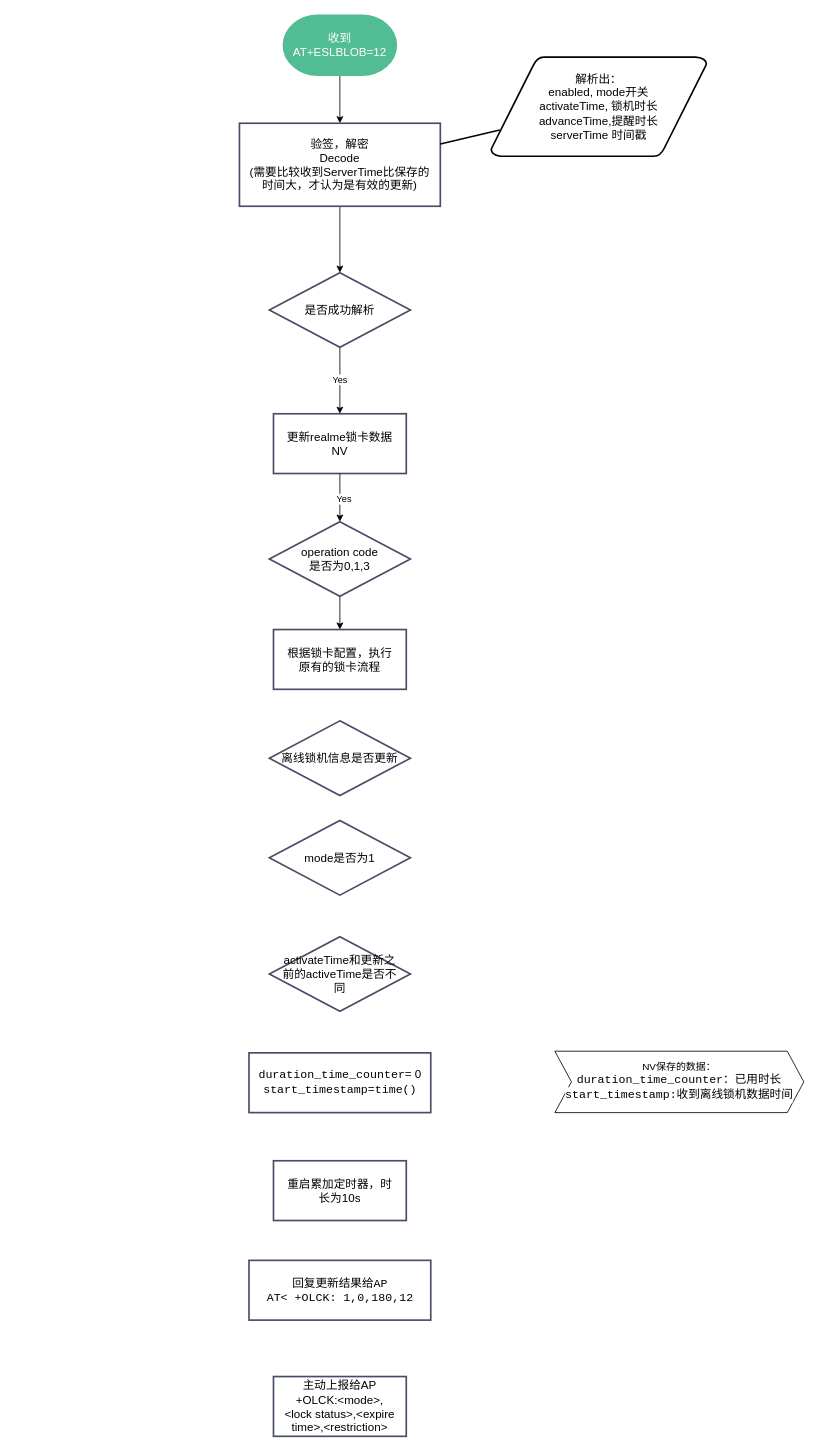
Above: offlinelock.drawio in yangzetuoyuan/yangzetuoyuan.github.io (draw.io), before the change. Source tidied: cells renumbered, new cells numbered last; positions are measured from the earlier drawing's top-left corner, leaving out a move shared by most shapes. Both pictures are drawn from the tidied source at 83%, with x=0, y=0 at pixel (239, 15).
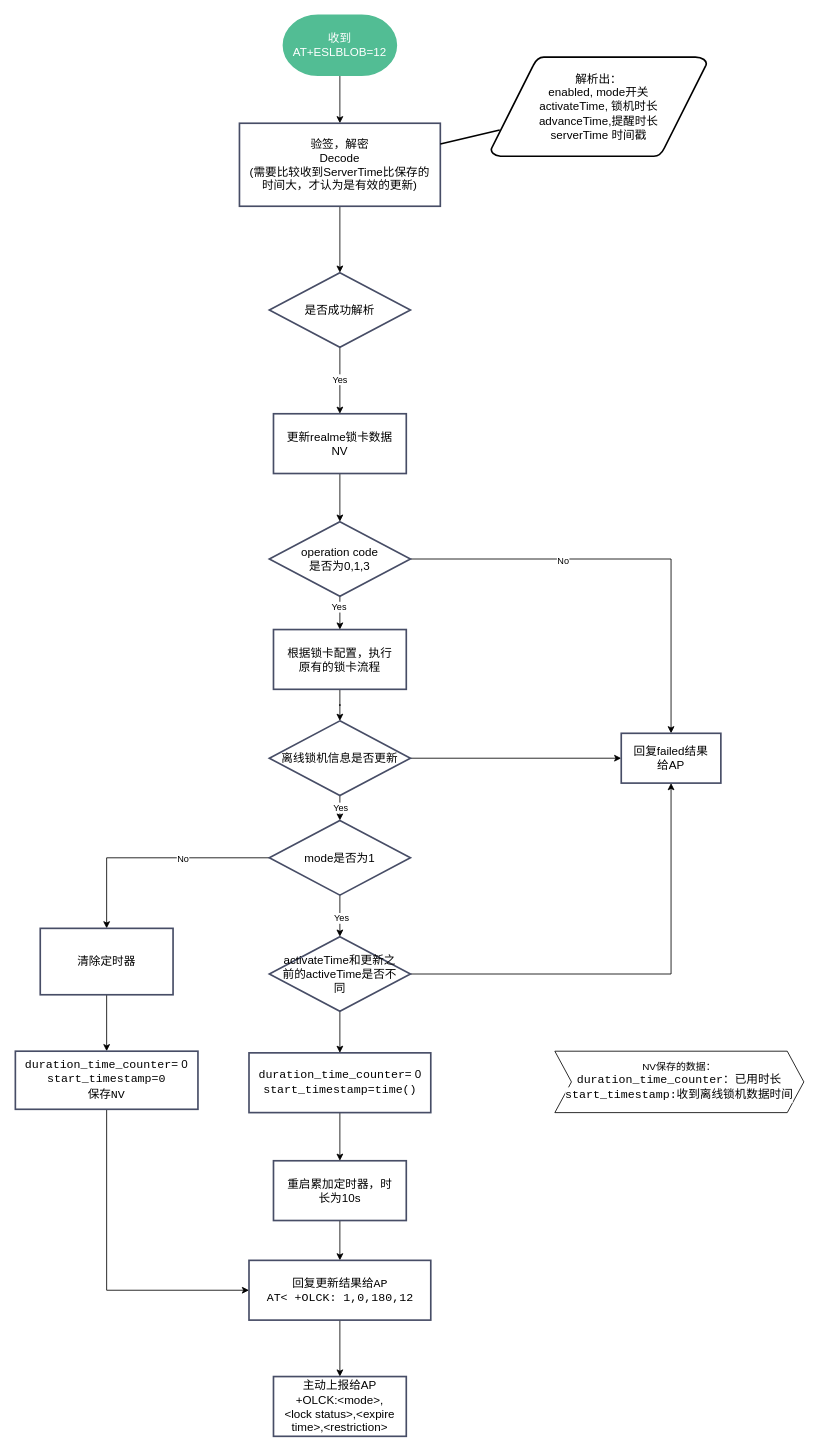
Above is the later version.

The change refers to these unchanged cells:
```xml
<mxCell id="11" style="edgeStyle=orthogonalEdgeStyle;rounded=0;jettySize=auto;html=1;" parent="1" edge="1" source="13" target="15">
  <mxGeometry relative="1" as="geometry" />
</mxCell>
<mxCell id="14" style="edgeStyle=orthogonalEdgeStyle;rounded=0;jettySize=auto;html=1;exitX=0.5;exitY=1;exitDx=0;exitDy=0;entryX=0.5;entryY=0;entryDx=0;entryDy=0;" parent="1" edge="1" source="15" target="19">
  <mxGeometry relative="1" as="geometry" />
</mxCell>
<mxCell id="15" value="operation code&lt;br&gt;是否为0,1,3" style="fontSize=14;spacingLeft=10;spacingRight=10;zwfType=basicShape;strokeWidth=2;rhombus;whiteSpace=wrap;html=1;strokeColor=#474D66;" parent="1" vertex="1">
  <mxGeometry x="36" y="610" width="170" height="90" as="geometry" />
</mxCell>
<mxCell id="16" value="离线锁机信息是否更新" style="fontSize=14;spacingLeft=10;spacingRight=10;zwfType=basicShape;strokeWidth=2;rhombus;whiteSpace=wrap;html=1;strokeColor=#474D66;" parent="1" vertex="1">
  <mxGeometry x="36" y="850" width="170" height="90" as="geometry" />
</mxCell>
<mxCell id="17" value="重启累加定时器，时长为10s" style="fontSize=14;spacingLeft=10;spacingRight=10;zwfType=basicShape;rounded=0;strokeWidth=2;strokeColor=#474D66;whiteSpace=wrap;html=1;" parent="1" vertex="1">
  <mxGeometry x="41" y="1380" width="160" height="72" as="geometry" />
</mxCell>
<mxCell id="18" value="&lt;span style=&quot;background-color: rgb(255, 255, 255); font-family: Consolas, &amp;quot;Courier New&amp;quot;, monospace; white-space: pre;&quot;&gt;duration_time_counter&lt;/span&gt;= 0&lt;div&gt;&lt;div style=&quot;background-color: rgb(255, 255, 255); font-family: Consolas, &amp;quot;Courier New&amp;quot;, monospace; line-height: 19px; white-space: pre;&quot;&gt;start_timestamp=time()&lt;/div&gt;&lt;/div&gt;" style="fontSize=14;spacingLeft=10;spacingRight=10;zwfType=basicShape;rounded=0;strokeWidth=2;strokeColor=#474D66;whiteSpace=wrap;html=1;" parent="1" vertex="1">
  <mxGeometry x="11.5" y="1250" width="219" height="72" as="geometry" />
</mxCell>
<mxCell id="19" value="根据锁卡配置，执行原有的锁卡流程" style="fontSize=14;spacingLeft=10;spacingRight=10;zwfType=basicShape;rounded=0;strokeWidth=2;strokeColor=#474D66;whiteSpace=wrap;html=1;" parent="1" vertex="1">
  <mxGeometry x="41" y="740" width="160" height="72" as="geometry" />
</mxCell>
<mxCell id="20" value="mode是否为1" style="fontSize=14;spacingLeft=10;spacingRight=10;zwfType=basicShape;strokeWidth=2;rhombus;whiteSpace=wrap;html=1;strokeColor=#474D66;" parent="1" vertex="1">
  <mxGeometry x="36" y="970" width="170" height="90" as="geometry" />
</mxCell>
<mxCell id="21" value="activateTime和更新之前的activeTime是否不同" style="fontSize=14;spacingLeft=10;spacingRight=10;zwfType=basicShape;strokeWidth=2;rhombus;whiteSpace=wrap;html=1;strokeColor=#474D66;" parent="1" vertex="1">
  <mxGeometry x="36" y="1110" width="170" height="90" as="geometry" />
</mxCell>
<mxCell id="22" value="&lt;font face=&quot;Consolas, Courier New, monospace&quot;&gt;&lt;span style=&quot;white-space: pre; background-color: rgb(255, 255, 255);&quot;&gt;回复更新结果给AP&lt;/span&gt;&lt;/font&gt;&lt;div&gt;&lt;font face=&quot;Consolas, Courier New, monospace&quot;&gt;&lt;span style=&quot;background-color: rgb(255, 255, 255);&quot;&gt;&lt;span style=&quot;white-space: pre;&quot;&gt;AT&amp;lt; +OLCK: 1,0,180,12&lt;/span&gt;&lt;br&gt;&lt;/span&gt;&lt;/font&gt;&lt;/div&gt;" style="fontSize=14;spacingLeft=10;spacingRight=10;zwfType=basicShape;rounded=0;strokeWidth=2;strokeColor=#474D66;whiteSpace=wrap;html=1;" parent="1" vertex="1">
  <mxGeometry x="11.5" y="1500" width="219" height="72" as="geometry" />
</mxCell>
<mxCell id="23" value="主动上报给AP&lt;div&gt;+OLCK:&amp;lt;mode&amp;gt;,&amp;lt;lock status&amp;gt;,&amp;lt;expire time&amp;gt;,&amp;lt;restriction&amp;gt;&lt;br&gt;&lt;/div&gt;" style="fontSize=14;spacingLeft=10;spacingRight=10;zwfType=basicShape;rounded=0;strokeWidth=2;strokeColor=#474D66;whiteSpace=wrap;html=1;" parent="1" vertex="1">
  <mxGeometry x="41" y="1640" width="160" height="72" as="geometry" />
</mxCell>
```

Diff of the diagram source:
```diff
@@
-    <mxCell id="12" value="Yes" style="edgeLabel;html=1;align=center;verticalAlign=middle;" parent="11" vertex="1">
-      <mxGeometry x="0.04" y="4" relative="1" as="geometry" />
-    </mxCell>
@@
+    <mxCell id="25" value="Yes" style="edgeLabel;html=1;align=center;verticalAlign=middle;" parent="14" vertex="1">
+      <mxGeometry x="-0.4" y="-2" relative="1" as="geometry" />
+    </mxCell>
+    <mxCell id="26" style="edgeStyle=orthogonalEdgeStyle;rounded=0;jettySize=auto;html=1;" parent="1" edge="1" source="15" target="45">
+      <mxGeometry relative="1" as="geometry" />
+    </mxCell>
+    <mxCell id="27" value="No" style="edgeLabel;html=1;align=center;verticalAlign=middle;" parent="26" vertex="1">
+      <mxGeometry x="-0.3" y="-1" relative="1" as="geometry" />
+    </mxCell>
@@
+    <mxCell id="28" style="edgeStyle=orthogonalEdgeStyle;rounded=0;jettySize=auto;html=1;" parent="1" edge="1" source="16" target="20">
+      <mxGeometry relative="1" as="geometry" />
+    </mxCell>
+    <mxCell id="29" value="Yes" style="edgeLabel;html=1;align=center;verticalAlign=middle;" parent="28" vertex="1">
+      <mxGeometry x="0.34" relative="1" as="geometry" />
+    </mxCell>
+    <mxCell id="30" style="edgeStyle=orthogonalEdgeStyle;rounded=0;jettySize=auto;html=1;exitX=1;exitY=0.5;exitDx=0;exitDy=0;entryX=0;entryY=0.5;entryDx=0;entryDy=0;" parent="1" edge="1" source="16" target="45">
+      <mxGeometry relative="1" as="geometry" />
+    </mxCell>
@@
+    <mxCell id="31" style="edgeStyle=orthogonalEdgeStyle;rounded=0;jettySize=auto;html=1;" parent="1" edge="1" source="17" target="22">
+      <mxGeometry relative="1" as="geometry" />
+    </mxCell>
@@
+    <mxCell id="32" style="edgeStyle=orthogonalEdgeStyle;rounded=0;jettySize=auto;html=1;" parent="1" edge="1" source="18" target="17">
+      <mxGeometry relative="1" as="geometry" />
+    </mxCell>
@@
+    <mxCell id="33" style="edgeStyle=orthogonalEdgeStyle;rounded=0;jettySize=auto;html=1;" parent="1" edge="1" source="19" target="16">
+      <mxGeometry relative="1" as="geometry" />
+    </mxCell>
@@
+    <mxCell id="34" style="edgeStyle=orthogonalEdgeStyle;rounded=0;jettySize=auto;html=1;" parent="1" edge="1" source="20" target="21">
+      <mxGeometry relative="1" as="geometry" />
+    </mxCell>
+    <mxCell id="35" value="Yes" style="edgeLabel;html=1;align=center;verticalAlign=middle;" parent="34" vertex="1">
+      <mxGeometry x="0.06" y="1" relative="1" as="geometry" />
+    </mxCell>
+    <mxCell id="36" style="edgeStyle=orthogonalEdgeStyle;rounded=0;jettySize=auto;html=1;" parent="1" edge="1" source="20" target="42">
+      <mxGeometry relative="1" as="geometry" />
+    </mxCell>
+    <mxCell id="37" value="No" style="edgeLabel;html=1;align=center;verticalAlign=middle;" parent="36" vertex="1">
+      <mxGeometry x="-0.25" y="1" relative="1" as="geometry" />
+    </mxCell>
@@
+    <mxCell id="38" style="edgeStyle=orthogonalEdgeStyle;rounded=0;jettySize=auto;html=1;" parent="1" edge="1" source="21" target="18">
+      <mxGeometry relative="1" as="geometry" />
+    </mxCell>
+    <mxCell id="39" style="edgeStyle=orthogonalEdgeStyle;rounded=0;jettySize=auto;html=1;exitX=1;exitY=0.5;exitDx=0;exitDy=0;entryX=0.5;entryY=1;entryDx=0;entryDy=0;" parent="1" edge="1" source="21" target="45">
+      <mxGeometry relative="1" as="geometry" />
+    </mxCell>
@@
+    <mxCell id="40" style="edgeStyle=orthogonalEdgeStyle;rounded=0;jettySize=auto;html=1;" parent="1" edge="1" source="22" target="23">
+      <mxGeometry relative="1" as="geometry" />
+    </mxCell>
@@
+    <mxCell id="41" style="edgeStyle=orthogonalEdgeStyle;rounded=0;jettySize=auto;html=1;" parent="1" edge="1" source="42" target="44">
+      <mxGeometry relative="1" as="geometry" />
+    </mxCell>
+    <mxCell id="42" value="清除定时器" style="whiteSpace=wrap;html=1;fontSize=14;strokeColor=#474D66;spacingLeft=10;spacingRight=10;strokeWidth=2;" parent="1" vertex="1">
+      <mxGeometry x="-240" y="1100" width="160" height="80" as="geometry" />
+    </mxCell>
+    <mxCell id="43" style="edgeStyle=orthogonalEdgeStyle;rounded=0;jettySize=auto;html=1;exitX=0.5;exitY=1;exitDx=0;exitDy=0;entryX=0;entryY=0.5;entryDx=0;entryDy=0;" parent="1" edge="1" source="44" target="22">
+      <mxGeometry relative="1" as="geometry" />
+    </mxCell>
+    <mxCell id="44" value="&lt;span style=&quot;background-color: rgb(255, 255, 255); font-family: Consolas, &amp;quot;Courier New&amp;quot;, monospace; white-space: pre;&quot;&gt;duration_time_counter&lt;/span&gt;= 0&lt;div&gt;&lt;div style=&quot;background-color: rgb(255, 255, 255); font-family: Consolas, &amp;quot;Courier New&amp;quot;, monospace; line-height: 19px; white-space: pre;&quot;&gt;start_timestamp=0&lt;/div&gt;&lt;/div&gt;&lt;div style=&quot;background-color: rgb(255, 255, 255); font-family: Consolas, &amp;quot;Courier New&amp;quot;, monospace; line-height: 19px; white-space: pre;&quot;&gt;保存NV&lt;/div&gt;" style="whiteSpace=wrap;html=1;fontSize=14;strokeColor=#474D66;spacingLeft=10;spacingRight=10;strokeWidth=2;" parent="1" vertex="1">
+      <mxGeometry x="-270" y="1248" width="220" height="70" as="geometry" />
+    </mxCell>
+    <mxCell id="45" value="回复failed结果给AP" style="whiteSpace=wrap;html=1;fontSize=14;strokeColor=#474D66;spacingLeft=10;spacingRight=10;strokeWidth=2;" parent="1" vertex="1">
+      <mxGeometry x="460" y="865" width="120" height="60" as="geometry" />
+    </mxCell>
```
